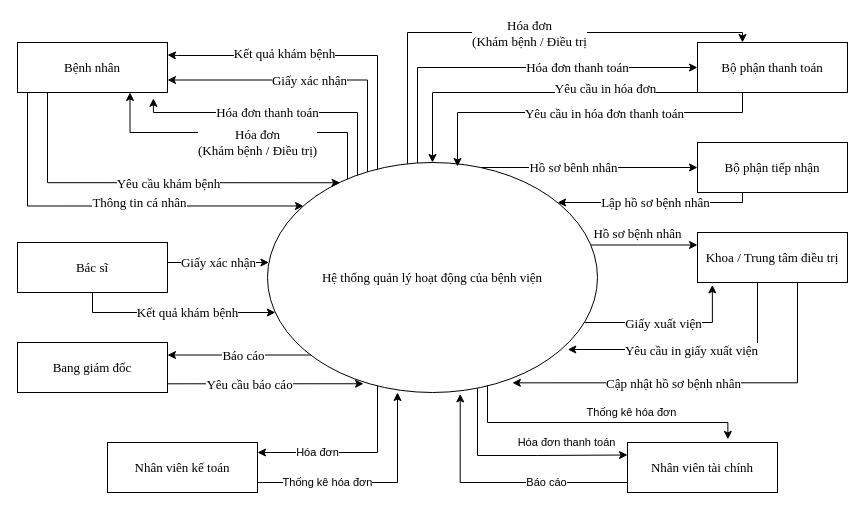
Before: NguCanh.drawio in Nhatran241/HTTT, a draw.io diagram. Source tidied: cells renumbered, new cells numbered last; positions are measured from the earlier drawing's top-left corner, leaving out a move shared by most shapes. Both pictures are drawn from the tidied source at 100%, with x=0, y=0 at pixel (17, 32).
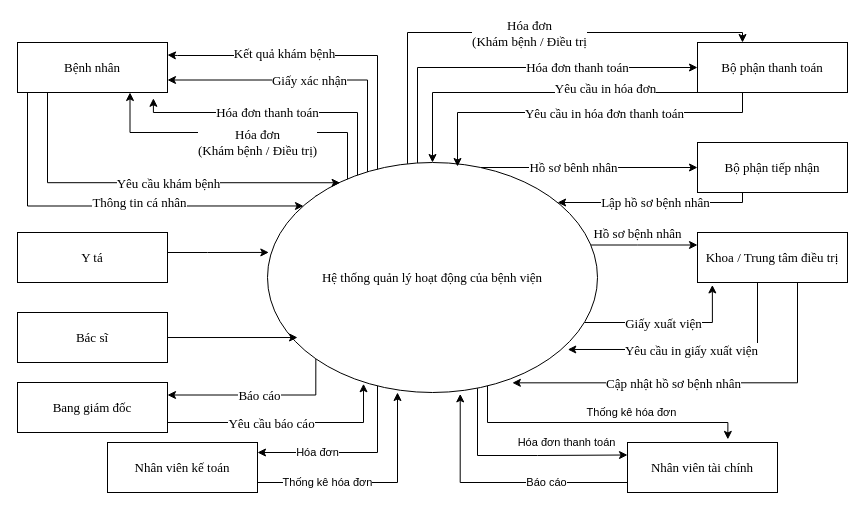
The same page after the edit.

Unchanged cells that the change refers to:
```xml
<mxCell id="21" value="Hệ thống quản lý hoạt động của bệnh viện" style="ellipse;whiteSpace=wrap;html=1;fontFamily=Times New Roman;fontSize=13;" parent="1" vertex="1">
  <mxGeometry x="250" y="130" width="330" height="230" as="geometry" />
</mxCell>
```

What changed in the source:
```diff
@@
     <mxCell id="9" value="Báo cáo" style="edgeStyle=orthogonalEdgeStyle;rounded=0;jettySize=auto;html=1;exitX=0;exitY=1;exitDx=0;exitDy=0;fontFamily=Times New Roman;fontSize=13;entryX=1;entryY=0.25;entryDx=0;entryDy=0;" parent="1" edge="1" source="21" target="29">
       <mxGeometry relative="1" as="geometry">
         <Array as="points">
-          <mxPoint x="298" y="323" />
+          <mxPoint x="298" y="363" />
         </Array>
       </mxGeometry>
     </mxCell>
@@
     <mxCell id="27" style="edgeStyle=orthogonalEdgeStyle;rounded=0;jettySize=auto;html=1;exitX=1;exitY=0.5;exitDx=0;exitDy=0;entryX=0.291;entryY=0.962;entryDx=0;entryDy=0;entryPerimeter=0;fontFamily=Times New Roman;fontSize=13;" parent="1" edge="1" source="29" target="21">
       <mxGeometry relative="1" as="geometry">
         <Array as="points">
-          <mxPoint x="150" y="351" />
+          <mxPoint x="150" y="390" />
+          <mxPoint x="346" y="390" />
         </Array>
       </mxGeometry>
     </mxCell>
@@
     <mxCell id="29" value="Bang giám đốc" style="rounded=0;whiteSpace=wrap;html=1;fontFamily=Times New Roman;fontSize=13;" parent="1" vertex="1">
-      <mxGeometry y="310" width="150" height="50" as="geometry" />
+      <mxGeometry y="350" width="150" height="50" as="geometry" />
     </mxCell>
@@
-    <mxCell id="40" value="Giấy xác nhận" style="edgeStyle=orthogonalEdgeStyle;rounded=0;jettySize=auto;html=1;fontFamily=Times New Roman;fontSize=13;" parent="1" edge="1" source="42" target="21">
-      <mxGeometry relative="1" as="geometry">
-        <Array as="points">
-          <mxPoint x="230" y="230" />
-          <mxPoint x="230" y="230" />
-        </Array>
-      </mxGeometry>
-    </mxCell>
-    <mxCell id="41" value="Kết quả khám bệnh" style="edgeStyle=orthogonalEdgeStyle;rounded=0;jettySize=auto;html=1;fontFamily=Times New Roman;fontSize=13;" parent="1" edge="1" source="42" target="21">
-      <mxGeometry x="0.13" relative="1" as="geometry">
-        <Array as="points">
-          <mxPoint x="75" y="280" />
-        </Array>
-      </mxGeometry>
-    </mxCell>
+    <mxCell id="49" style="edgeStyle=orthogonalEdgeStyle;rounded=0;jettySize=auto;html=1;entryX=0.091;entryY=0.761;entryDx=0;entryDy=0;entryPerimeter=0;" parent="1" edge="1" source="42" target="21">
+      <mxGeometry relative="1" as="geometry" />
+    </mxCell>
     <mxCell id="42" value="Bác sĩ" style="rounded=0;whiteSpace=wrap;html=1;fontFamily=Times New Roman;fontSize=13;" parent="1" vertex="1">
-      <mxGeometry y="210" width="150" height="50" as="geometry" />
+      <mxGeometry y="280" width="150" height="50" as="geometry" />
     </mxCell>
@@
+    <mxCell id="50" style="edgeStyle=orthogonalEdgeStyle;rounded=0;jettySize=auto;html=1;entryX=0.004;entryY=0.391;entryDx=0;entryDy=0;entryPerimeter=0;" parent="1" edge="1" source="51" target="21">
+      <mxGeometry relative="1" as="geometry">
+        <Array as="points">
+          <mxPoint x="190" y="220" />
+          <mxPoint x="190" y="220" />
+        </Array>
+      </mxGeometry>
+    </mxCell>
+    <mxCell id="51" value="Y tá" style="rounded=0;whiteSpace=wrap;html=1;fontFamily=Times New Roman;fontSize=13;" parent="1" vertex="1">
+      <mxGeometry y="200" width="150" height="50" as="geometry" />
+    </mxCell>
```
